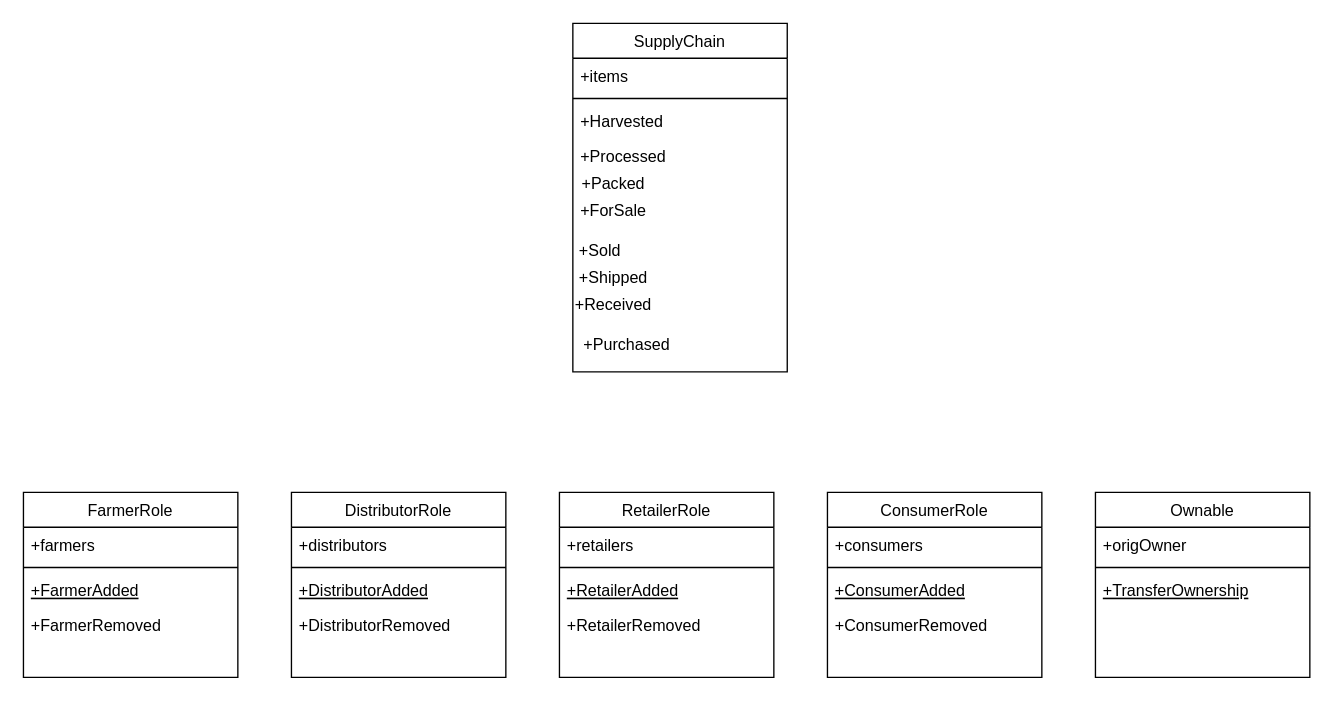
Above: project-6/Untitled Diagram.drawio in chbharath/SupplyChainProject (draw.io), before the change. Source tidied: cells renumbered, new cells numbered last; positions are measured from the earlier drawing's top-left corner, leaving out a move shared by most shapes. Both pictures are drawn from the tidied source at 134%, with x=0, y=0 at pixel (23, 23).
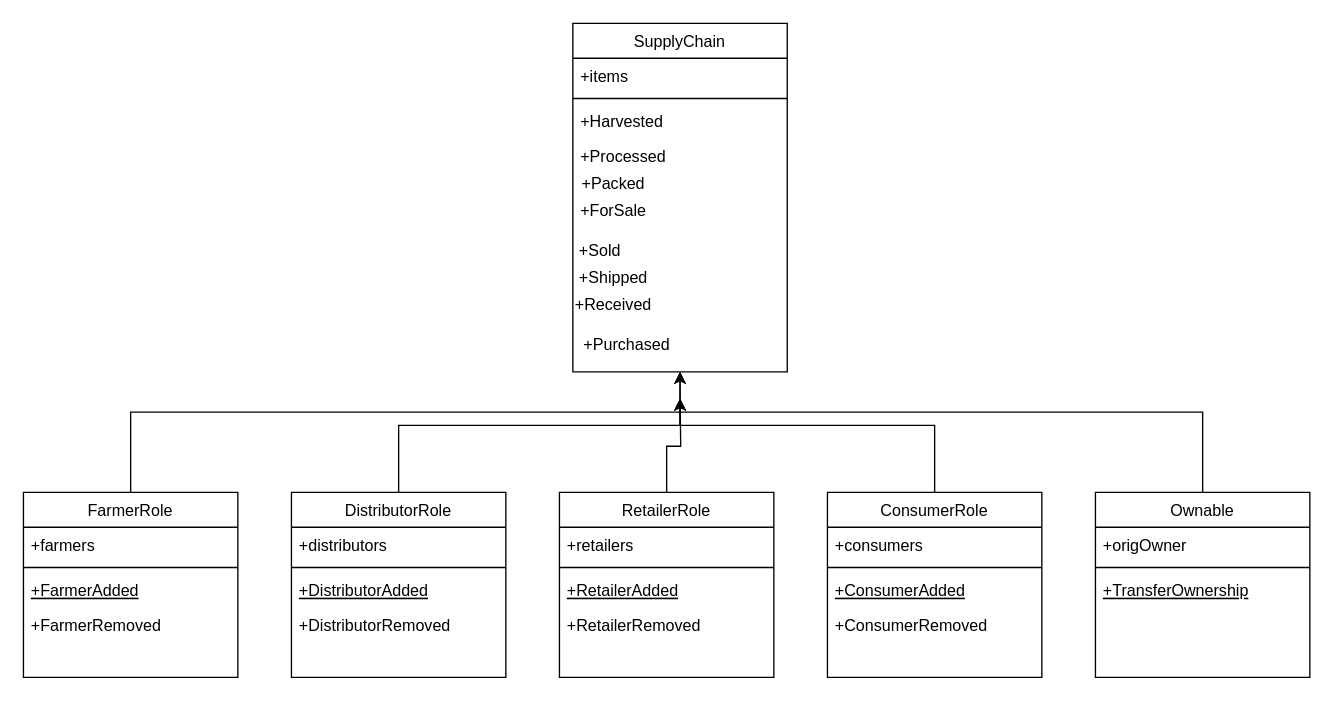
Above is the later version.

The change refers to these unchanged cells:
```xml
<mxCell id="2" value="FarmerRole" style="swimlane;fontStyle=0;align=center;verticalAlign=top;horizontal=1;startSize=26;rounded=0;shadow=0;strokeWidth=1;" parent="1" vertex="1">
  <mxGeometry y="350" width="160" height="138" as="geometry" />
</mxCell>
<mxCell id="7" value="SupplyChain" style="swimlane;fontStyle=0;align=center;verticalAlign=top;horizontal=1;startSize=26;rounded=0;shadow=0;strokeWidth=1;" parent="1" vertex="1">
  <mxGeometry x="410" width="160" height="260" as="geometry" />
</mxCell>
<mxCell id="12" value="DistributorRole" style="swimlane;fontStyle=0;align=center;verticalAlign=top;horizontal=1;startSize=26;rounded=0;shadow=0;strokeWidth=1;" parent="1" vertex="1">
  <mxGeometry x="200" y="350" width="160" height="138" as="geometry" />
</mxCell>
<mxCell id="17" value="RetailerRole" style="swimlane;fontStyle=0;align=center;verticalAlign=top;horizontal=1;startSize=26;rounded=0;shadow=0;strokeWidth=1;" parent="1" vertex="1">
  <mxGeometry x="400" y="350" width="160" height="138" as="geometry" />
</mxCell>
<mxCell id="22" value="ConsumerRole" style="swimlane;fontStyle=0;align=center;verticalAlign=top;horizontal=1;startSize=26;rounded=0;shadow=0;strokeWidth=1;" parent="1" vertex="1">
  <mxGeometry x="600" y="350" width="160" height="138" as="geometry" />
</mxCell>
<mxCell id="27" value="Ownable" style="swimlane;fontStyle=0;align=center;verticalAlign=top;horizontal=1;startSize=26;rounded=0;shadow=0;strokeWidth=1;" parent="1" vertex="1">
  <mxGeometry x="800" y="350" width="160" height="138" as="geometry" />
</mxCell>
```

The edit, as a diff of the source:
```diff
@@
+    <mxCell id="37" style="edgeStyle=orthogonalEdgeStyle;rounded=0;jettySize=auto;html=1;entryX=0.5;entryY=1;entryDx=0;entryDy=0;" parent="1" edge="1" source="2" target="7">
+      <mxGeometry relative="1" as="geometry">
+        <Array as="points">
+          <mxPoint x="80" y="290" />
+          <mxPoint x="490" y="290" />
+        </Array>
+      </mxGeometry>
+    </mxCell>
@@
+    <mxCell id="38" style="edgeStyle=orthogonalEdgeStyle;rounded=0;jettySize=auto;html=1;" parent="1" edge="1" source="12">
+      <mxGeometry relative="1" as="geometry">
+        <mxPoint x="490" y="260" as="targetPoint" />
+        <Array as="points">
+          <mxPoint x="280" y="300" />
+          <mxPoint x="490" y="300" />
+        </Array>
+      </mxGeometry>
+    </mxCell>
@@
+    <mxCell id="39" style="edgeStyle=orthogonalEdgeStyle;rounded=0;jettySize=auto;html=1;" parent="1" edge="1" source="17">
+      <mxGeometry relative="1" as="geometry">
+        <mxPoint x="490" y="280" as="targetPoint" />
+      </mxGeometry>
+    </mxCell>
@@
+    <mxCell id="40" style="edgeStyle=orthogonalEdgeStyle;rounded=0;jettySize=auto;html=1;exitX=0.5;exitY=0;exitDx=0;exitDy=0;" parent="1" edge="1" source="22">
+      <mxGeometry relative="1" as="geometry">
+        <mxPoint x="490" y="280" as="targetPoint" />
+        <Array as="points">
+          <mxPoint x="680" y="300" />
+          <mxPoint x="490" y="300" />
+        </Array>
+      </mxGeometry>
+    </mxCell>
@@
+    <mxCell id="41" style="edgeStyle=orthogonalEdgeStyle;rounded=0;jettySize=auto;html=1;" parent="1" edge="1" source="27">
+      <mxGeometry relative="1" as="geometry">
+        <mxPoint x="490" y="280" as="targetPoint" />
+        <Array as="points">
+          <mxPoint x="880" y="290" />
+          <mxPoint x="490" y="290" />
+        </Array>
+      </mxGeometry>
+    </mxCell>
```
